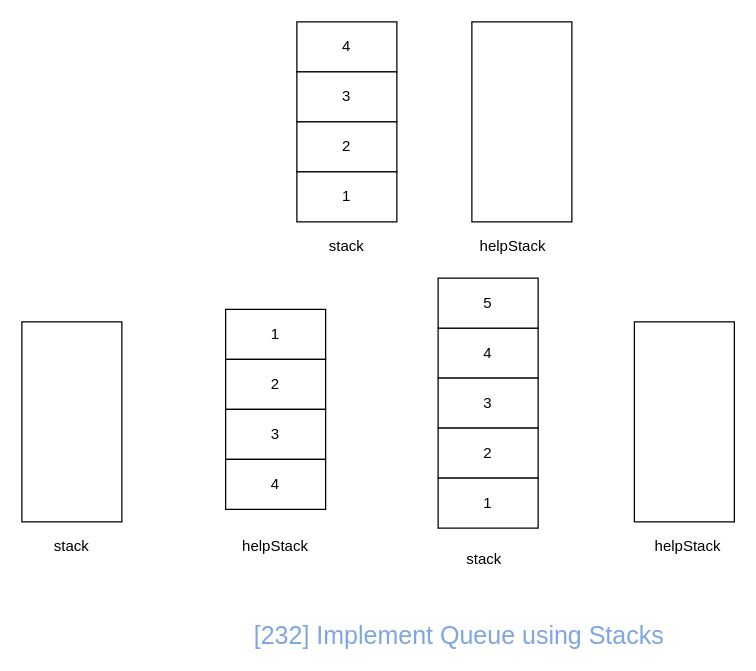
The draw.io diagram assets/drawio/232.implement-queue-using-stacks.drawio in azl397985856/leetcode, before the edit. Source tidied: cells renumbered, new cells numbered last; positions are measured from the earlier drawing's top-left corner, leaving out a move shared by most shapes. Both pictures are drawn from the tidied source at 125%, with x=0, y=0 at pixel (21, 21).
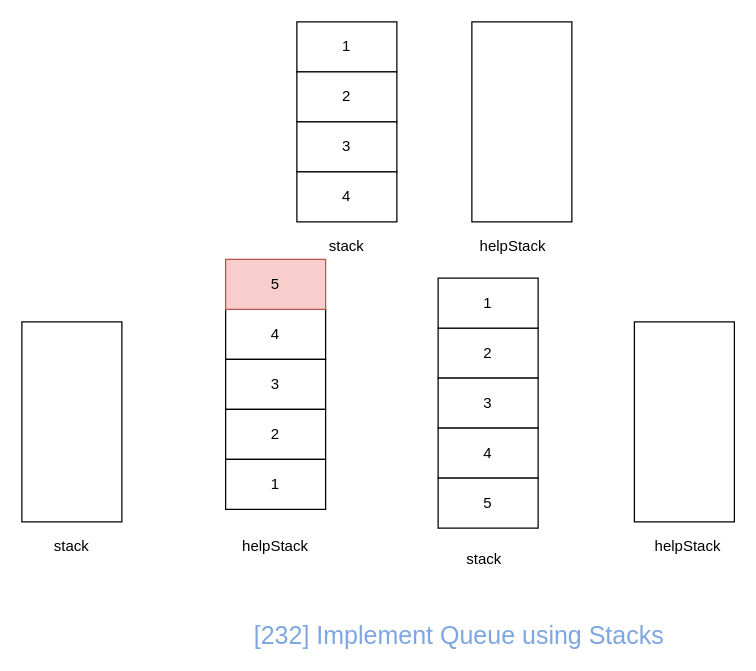
The same page after the edit.

Diff of the diagram source:
```diff
@@
-    <mxCell id="2" value="4" style="rounded=0;whiteSpace=wrap;html=1;" parent="1" vertex="1">
+    <mxCell id="2" value="2" style="rounded=0;whiteSpace=wrap;html=1;" parent="1" vertex="1">
       <mxGeometry x="333" y="245" width="80" height="40" as="geometry" />
     </mxCell>
@@
-    <mxCell id="4" value="2" style="rounded=0;whiteSpace=wrap;html=1;" parent="1" vertex="1">
+    <mxCell id="4" value="4" style="rounded=0;whiteSpace=wrap;html=1;" parent="1" vertex="1">
       <mxGeometry x="333" y="325" width="80" height="40" as="geometry" />
     </mxCell>
-    <mxCell id="5" value="1" style="rounded=0;whiteSpace=wrap;html=1;" parent="1" vertex="1">
+    <mxCell id="5" value="5" style="rounded=0;whiteSpace=wrap;html=1;" parent="1" vertex="1">
       <mxGeometry x="333" y="365" width="80" height="40" as="geometry" />
     </mxCell>
-    <mxCell id="6" value="1" style="rounded=0;whiteSpace=wrap;html=1;" parent="1" vertex="1">
+    <mxCell id="6" value="4" style="rounded=0;whiteSpace=wrap;html=1;" parent="1" vertex="1">
       <mxGeometry x="163" y="230" width="80" height="40" as="geometry" />
     </mxCell>
-    <mxCell id="7" value="2" style="rounded=0;whiteSpace=wrap;html=1;" parent="1" vertex="1">
+    <mxCell id="7" value="3" style="rounded=0;whiteSpace=wrap;html=1;" parent="1" vertex="1">
       <mxGeometry x="163" y="270" width="80" height="40" as="geometry" />
     </mxCell>
-    <mxCell id="8" value="3" style="rounded=0;whiteSpace=wrap;html=1;" parent="1" vertex="1">
+    <mxCell id="8" value="2" style="rounded=0;whiteSpace=wrap;html=1;" parent="1" vertex="1">
       <mxGeometry x="163" y="310" width="80" height="40" as="geometry" />
     </mxCell>
-    <mxCell id="9" value="4" style="rounded=0;whiteSpace=wrap;html=1;" parent="1" vertex="1">
+    <mxCell id="9" value="1" style="rounded=0;whiteSpace=wrap;html=1;" parent="1" vertex="1">
       <mxGeometry x="163" y="350" width="80" height="40" as="geometry" />
     </mxCell>
@@
-    <mxCell id="19" value="4" style="rounded=0;whiteSpace=wrap;html=1;" parent="1" vertex="1">
+    <mxCell id="19" value="1" style="rounded=0;whiteSpace=wrap;html=1;" parent="1" vertex="1">
       <mxGeometry x="220" width="80" height="40" as="geometry" />
     </mxCell>
-    <mxCell id="20" value="3" style="rounded=0;whiteSpace=wrap;html=1;" parent="1" vertex="1">
+    <mxCell id="20" value="2" style="rounded=0;whiteSpace=wrap;html=1;" parent="1" vertex="1">
       <mxGeometry x="220" y="40" width="80" height="40" as="geometry" />
     </mxCell>
-    <mxCell id="21" value="2" style="rounded=0;whiteSpace=wrap;html=1;" parent="1" vertex="1">
+    <mxCell id="21" value="3" style="rounded=0;whiteSpace=wrap;html=1;" parent="1" vertex="1">
       <mxGeometry x="220" y="80" width="80" height="40" as="geometry" />
     </mxCell>
-    <mxCell id="22" value="1" style="rounded=0;whiteSpace=wrap;html=1;" parent="1" vertex="1">
+    <mxCell id="22" value="4" style="rounded=0;whiteSpace=wrap;html=1;" parent="1" vertex="1">
       <mxGeometry x="220" y="120" width="80" height="40" as="geometry" />
     </mxCell>
-    <mxCell id="23" value="5" style="rounded=0;whiteSpace=wrap;html=1;" parent="1" vertex="1">
+    <mxCell id="23" value="1" style="rounded=0;whiteSpace=wrap;html=1;" parent="1" vertex="1">
       <mxGeometry x="333" y="205" width="80" height="40" as="geometry" />
     </mxCell>
@@
+    <mxCell id="25" value="5" style="rounded=0;whiteSpace=wrap;html=1;fillColor=#f8cecc;strokeColor=#b85450;" parent="1" vertex="1">
+      <mxGeometry x="163" y="190" width="80" height="40" as="geometry" />
+    </mxCell>
```
